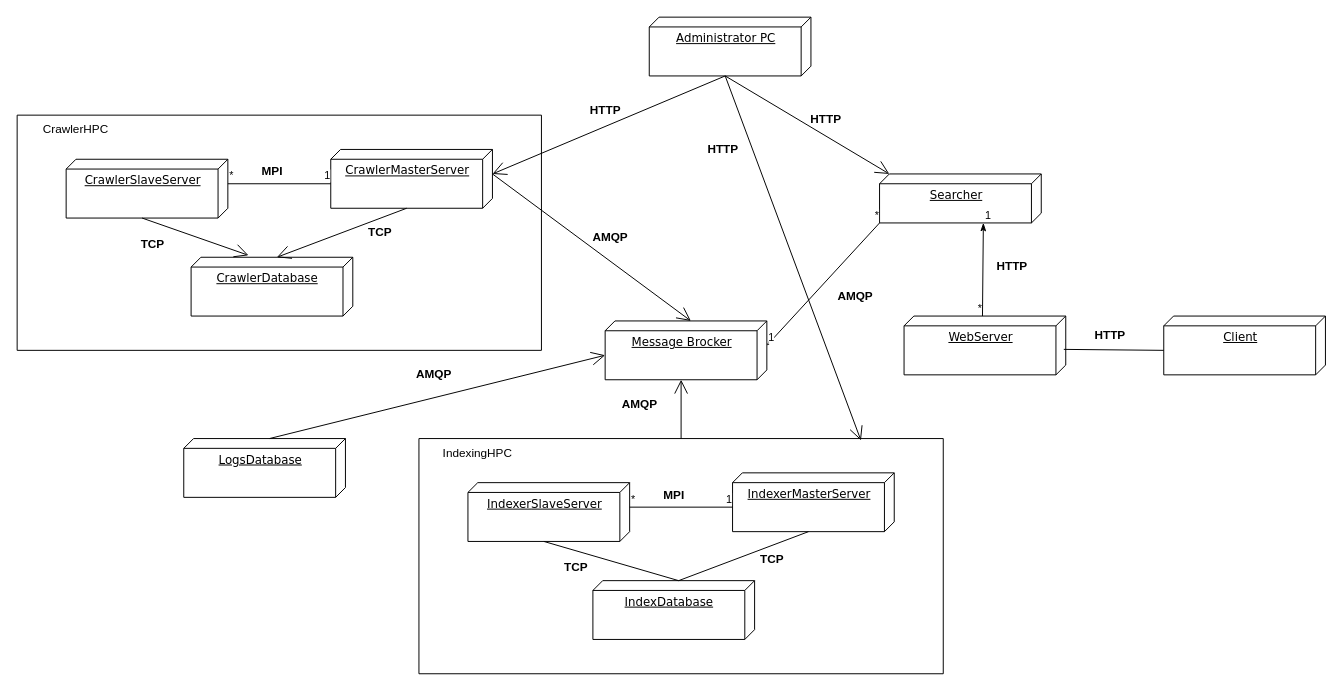
Slippertino/Diploma keeps this draw.io diagram as diagrams/diagram_deployment.drawio. Above is the earlier version. Source tidied: cells renumbered, new cells numbered last; positions are measured from the earlier drawing's top-left corner, leaving out a move shared by most shapes. Both pictures are drawn from the tidied source at 98%, with x=0, y=0 at pixel (17, 17).
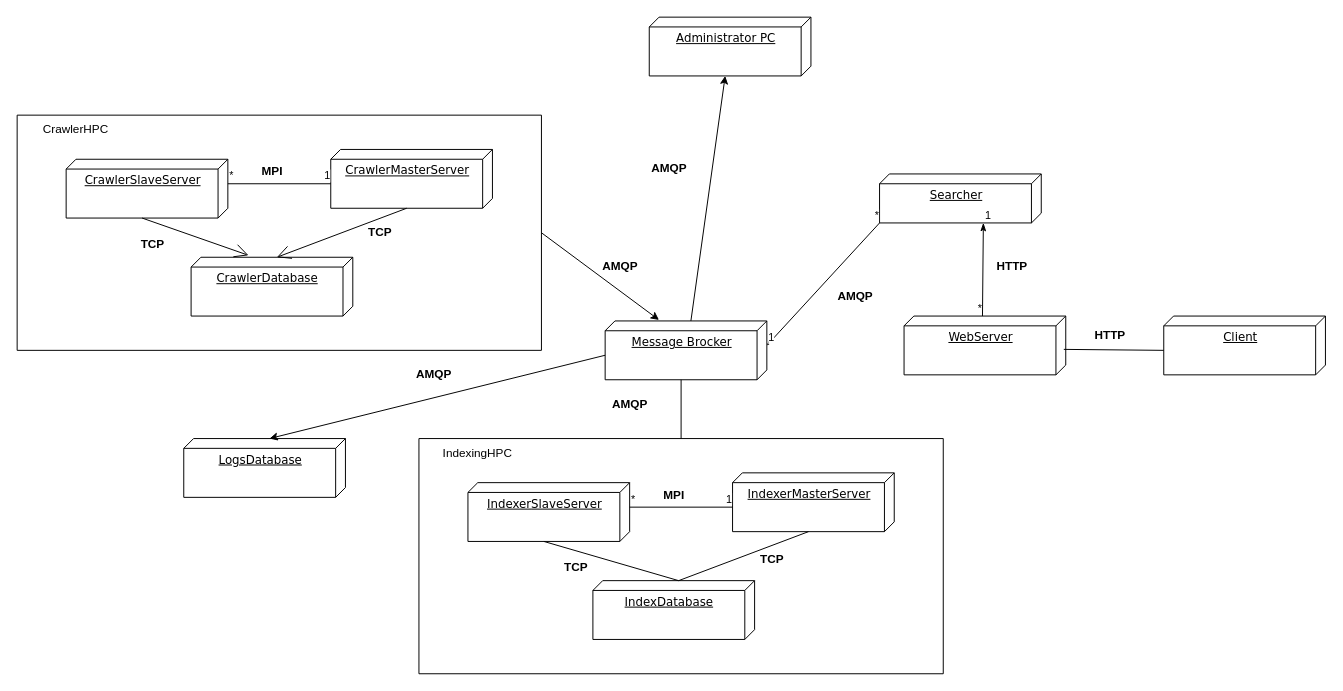
After the change.

Unchanged cells that the change refers to:
```xml
<mxCell id="2" style="swimlane;startSize=0;" parent="1" vertex="1">
  <mxGeometry y="100" width="535" height="240" as="geometry" />
</mxCell>
<mxCell id="3" value="&lt;u&gt;CrawlerMasterServer&lt;/u&gt;" style="verticalAlign=top;align=center;spacingTop=8;spacingLeft=2;spacingRight=12;shape=cube;size=10;direction=south;fontStyle=0;html=1;rounded=0;shadow=0;comic=0;labelBackgroundColor=none;strokeWidth=1;fontFamily=Verdana;fontSize=12;" parent="2" vertex="1">
  <mxGeometry x="320" y="35" width="165" height="60" as="geometry" />
</mxCell>
<mxCell id="15" value="&lt;u&gt;Message Brocker&lt;br&gt;&lt;br&gt;&lt;/u&gt;" style="verticalAlign=top;align=center;spacingTop=8;spacingLeft=2;spacingRight=12;shape=cube;size=10;direction=south;fontStyle=0;html=1;rounded=0;shadow=0;comic=0;labelBackgroundColor=none;strokeWidth=1;fontFamily=Verdana;fontSize=12;" parent="1" vertex="1">
  <mxGeometry x="600" y="310" width="165" height="60" as="geometry" />
</mxCell>
<mxCell id="17" value="&lt;u&gt;Administrator PC&lt;/u&gt;" style="verticalAlign=top;align=center;spacingTop=8;spacingLeft=2;spacingRight=12;shape=cube;size=10;direction=south;fontStyle=0;html=1;rounded=0;shadow=0;comic=0;labelBackgroundColor=none;strokeWidth=1;fontFamily=Verdana;fontSize=12;" parent="1" vertex="1">
  <mxGeometry x="645" width="165" height="60" as="geometry" />
</mxCell>
<mxCell id="18" style="swimlane;startSize=0;" parent="1" vertex="1">
  <mxGeometry x="410" y="430" width="535" height="240" as="geometry" />
</mxCell>
<mxCell id="33" value="&lt;u&gt;Searcher&lt;/u&gt;" style="verticalAlign=top;align=center;spacingTop=8;spacingLeft=2;spacingRight=12;shape=cube;size=10;direction=south;fontStyle=0;html=1;rounded=0;shadow=0;comic=0;labelBackgroundColor=none;strokeWidth=1;fontFamily=Verdana;fontSize=12;" parent="1" vertex="1">
  <mxGeometry x="880" y="160" width="165" height="50" as="geometry" />
</mxCell>
<mxCell id="48" value="&lt;u&gt;LogsDatabase&lt;/u&gt;" style="verticalAlign=top;align=center;spacingTop=8;spacingLeft=2;spacingRight=12;shape=cube;size=10;direction=south;fontStyle=0;html=1;rounded=0;shadow=0;comic=0;labelBackgroundColor=none;strokeWidth=1;fontFamily=Verdana;fontSize=12;" parent="1" vertex="1">
  <mxGeometry x="170" y="430" width="165" height="60" as="geometry" />
</mxCell>
```

The edit, as a diff of the source:
```diff
@@
-    <mxCell id="16" style="endArrow=open;endFill=1;endSize=12;html=1;rounded=0;exitX=0;exitY=0;exitDx=25;exitDy=0;exitPerimeter=0;entryX=0;entryY=0;entryDx=0;entryDy=77.5;entryPerimeter=0;" parent="1" edge="1" source="3" target="15">
-      <mxGeometry relative="1" as="geometry" />
-    </mxCell>
@@
-    <mxCell id="31" style="endArrow=open;endFill=1;endSize=12;html=1;rounded=0;entryX=0;entryY=0;entryDx=60;entryDy=87.5;entryPerimeter=0;exitX=0.5;exitY=0;exitDx=0;exitDy=0;" parent="1" edge="1" source="18" target="15">
-      <mxGeometry relative="1" as="geometry" />
-    </mxCell>
-    <mxCell id="32" style="endArrow=open;endFill=1;endSize=12;html=1;rounded=0;exitX=0;exitY=0;exitDx=60;exitDy=87.5;exitPerimeter=0;entryX=0;entryY=0;entryDx=0;entryDy=155;entryPerimeter=0;" parent="1" edge="1" source="17" target="33">
-      <mxGeometry relative="1" as="geometry" />
-    </mxCell>
@@
     <mxCell id="44" value="AMQP" style="text;align=center;fontStyle=1;verticalAlign=middle;spacingLeft=3;spacingRight=3;strokeColor=none;html=1;direction=west;" parent="1" vertex="1">
-      <mxGeometry x="560" y="210" width="90" height="30" as="geometry" />
+      <mxGeometry x="570" y="240" width="90" height="30" as="geometry" />
     </mxCell>
@@
     <mxCell id="46" value="AMQP" style="text;align=center;fontStyle=1;verticalAlign=middle;spacingLeft=3;spacingRight=3;strokeColor=none;html=1;direction=west;" parent="1" vertex="1">
-      <mxGeometry x="590" y="380" width="90" height="30" as="geometry" />
+      <mxGeometry x="580" y="380" width="90" height="30" as="geometry" />
     </mxCell>
@@
-    <mxCell id="49" style="endArrow=open;endFill=1;endSize=12;html=1;rounded=0;exitX=0;exitY=0;exitDx=0;exitDy=77.5;exitPerimeter=0;entryX=0;entryY=0;entryDx=35;entryDy=165;entryPerimeter=0;" parent="1" edge="1" source="48" target="15">
-      <mxGeometry relative="1" as="geometry" />
-    </mxCell>
@@
-    <mxCell id="51" style="endArrow=open;endFill=1;endSize=12;html=1;rounded=0;exitX=0;exitY=0;exitDx=60;exitDy=87.5;exitPerimeter=0;entryX=0;entryY=0;entryDx=25;entryDy=0;entryPerimeter=0;" parent="1" edge="1" source="17" target="3">
-      <mxGeometry relative="1" as="geometry" />
-    </mxCell>
-    <mxCell id="52" value="HTTP" style="text;align=center;fontStyle=1;verticalAlign=middle;spacingLeft=3;spacingRight=3;strokeColor=none;html=1;direction=west;" parent="1" vertex="1">
-      <mxGeometry x="780" y="90" width="90" height="30" as="geometry" />
-    </mxCell>
-    <mxCell id="53" value="HTTP" style="text;align=center;fontStyle=1;verticalAlign=middle;spacingLeft=3;spacingRight=3;strokeColor=none;html=1;direction=west;" parent="1" vertex="1">
-      <mxGeometry x="555" y="80" width="90" height="30" as="geometry" />
-    </mxCell>
-    <mxCell id="54" style="endArrow=open;endFill=1;endSize=12;html=1;rounded=0;exitX=0;exitY=0;exitDx=60;exitDy=87.5;exitPerimeter=0;entryX=0.843;entryY=0.008;entryDx=0;entryDy=0;entryPerimeter=0;" parent="1" edge="1" source="17" target="18">
-      <mxGeometry relative="1" as="geometry" />
-    </mxCell>
-    <mxCell id="55" value="HTTP" style="text;align=center;fontStyle=1;verticalAlign=middle;spacingLeft=3;spacingRight=3;strokeColor=none;html=1;direction=west;" parent="1" vertex="1">
-      <mxGeometry x="675" y="120" width="90" height="30" as="geometry" />
-    </mxCell>
+    <mxCell id="31" style="endArrow=none;html=1;rounded=0;entryX=0;entryY=0;entryDx=60;entryDy=87.5;entryPerimeter=0;exitX=0.5;exitY=0;exitDx=0;exitDy=0;" parent="1" edge="1" source="18" target="15">
+      <mxGeometry relative="1" as="geometry" />
+    </mxCell>
+    <mxCell id="56" style="endArrow=classic;html=1;rounded=0;exitX=0;exitY=0;exitDx=35;exitDy=165;exitPerimeter=0;entryX=0;entryY=0;entryDx=0;entryDy=77.5;entryPerimeter=0;" parent="1" edge="1" source="15" target="48">
+      <mxGeometry relative="1" as="geometry" />
+    </mxCell>
+    <mxCell id="57" style="endArrow=classic;html=1;rounded=0;exitX=0;exitY=0;exitDx=0;exitDy=77.5;exitPerimeter=0;entryX=0;entryY=0;entryDx=60;entryDy=87.5;entryPerimeter=0;" parent="1" edge="1" source="15" target="17">
+      <mxGeometry relative="1" as="geometry" />
+    </mxCell>
+    <mxCell id="58" style="endArrow=classic;html=1;rounded=0;entryX=-0.017;entryY=0.667;entryDx=0;entryDy=0;entryPerimeter=0;exitX=1;exitY=0.5;exitDx=0;exitDy=0;" parent="1" edge="1" source="2" target="15">
+      <mxGeometry relative="1" as="geometry" />
+    </mxCell>
+    <mxCell id="59" value="AMQP" style="text;align=center;fontStyle=1;verticalAlign=middle;spacingLeft=3;spacingRight=3;strokeColor=none;html=1;direction=west;" parent="1" vertex="1">
+      <mxGeometry x="620" y="140" width="90" height="30" as="geometry" />
+    </mxCell>
```
